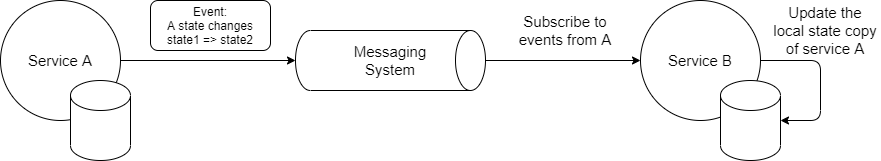
The draw.io diagram images/eventstatetransfer.png in duyhieuvo/master-thesis, before a commit. Source tidied: cells renumbered, new cells last; positions are measured from the earlier drawing's top-left corner, leaving out a move shared by most shapes. Source of this version:
```xml
<mxGraphModel>
  <root>
    <mxCell id="0" />
    <mxCell id="1" parent="0" />
    <mxCell id="2" value="&lt;font style=&quot;font-size: 15px&quot;&gt;Service A&lt;/font&gt;" style="ellipse;whiteSpace=wrap;html=1;" parent="1" vertex="1">
      <mxGeometry y="35" width="120" height="120" as="geometry" />
    </mxCell>
    <mxCell id="3" value="&lt;font style=&quot;font-size: 15px&quot;&gt;Service B&lt;/font&gt;" style="ellipse;whiteSpace=wrap;html=1;" parent="1" vertex="1">
      <mxGeometry x="640" y="35" width="120" height="120" as="geometry" />
    </mxCell>
    <mxCell id="4" style="shape=cylinder3;whiteSpace=wrap;html=1;boundedLbl=1;backgroundOutline=1;size=15;" parent="1" vertex="1">
      <mxGeometry x="70" y="115" width="60" height="80" as="geometry" />
    </mxCell>
    <mxCell id="5" style="shape=cylinder3;whiteSpace=wrap;html=1;boundedLbl=1;backgroundOutline=1;size=15;" parent="1" vertex="1">
      <mxGeometry x="720" y="115" width="60" height="80" as="geometry" />
    </mxCell>
    <mxCell id="6" style="shape=cylinder3;whiteSpace=wrap;html=1;boundedLbl=1;backgroundOutline=1;size=15;rotation=90;" parent="1" vertex="1">
      <mxGeometry x="360" width="60" height="190" as="geometry" />
    </mxCell>
    <mxCell id="7" value="&lt;font style=&quot;font-size: 15px&quot;&gt;Messaging System&lt;/font&gt;" style="text;html=1;strokeColor=none;fillColor=none;align=center;verticalAlign=middle;whiteSpace=wrap;rounded=0;" parent="1" vertex="1">
      <mxGeometry x="370" y="85" width="40" height="20" as="geometry" />
    </mxCell>
    <mxCell id="8" style="endArrow=classic;html=1;exitX=1;exitY=0.5;exitDx=0;exitDy=0;entryX=0.5;entryY=1;entryDx=0;entryDy=0;entryPerimeter=0;" parent="1" edge="1" source="2" target="6">
      <mxGeometry relative="1" as="geometry" />
    </mxCell>
    <mxCell id="9" value="Event:&lt;br&gt;A state changes&lt;br&gt;state1 =&amp;gt; state2" style="rounded=1;whiteSpace=wrap;html=1;" parent="1" vertex="1">
      <mxGeometry x="150" y="35" width="120" height="50" as="geometry" />
    </mxCell>
    <mxCell id="10" style="endArrow=classic;html=1;exitX=0.5;exitY=0;exitDx=0;exitDy=0;exitPerimeter=0;entryX=0;entryY=0.5;entryDx=0;entryDy=0;" parent="1" edge="1" source="6" target="3">
      <mxGeometry relative="1" as="geometry" />
    </mxCell>
    <mxCell id="11" value="&lt;font style=&quot;font-size: 15px&quot;&gt;Subscribe to events from A&lt;/font&gt;" style="text;html=1;strokeColor=none;fillColor=none;align=center;verticalAlign=middle;whiteSpace=wrap;rounded=0;" parent="1" vertex="1">
      <mxGeometry x="510" y="55" width="110" height="20" as="geometry" />
    </mxCell>
    <mxCell id="12" style="endArrow=classic;html=1;exitX=1;exitY=0.5;exitDx=0;exitDy=0;entryX=1;entryY=0.5;entryDx=0;entryDy=0;entryPerimeter=0;" parent="1" edge="1" source="3" target="5">
      <mxGeometry relative="1" as="geometry">
        <Array as="points">
          <mxPoint x="820" y="95" />
          <mxPoint x="820" y="155" />
        </Array>
      </mxGeometry>
    </mxCell>
    <mxCell id="13" value="&lt;font style=&quot;font-size: 15px&quot;&gt;Update the local state copy of service A&lt;/font&gt;" style="text;html=1;strokeColor=none;fillColor=none;align=center;verticalAlign=middle;whiteSpace=wrap;rounded=0;" parent="1" vertex="1">
      <mxGeometry x="770" y="55" width="110" height="20" as="geometry" />
    </mxCell>
  </root>
</mxGraphModel>
```
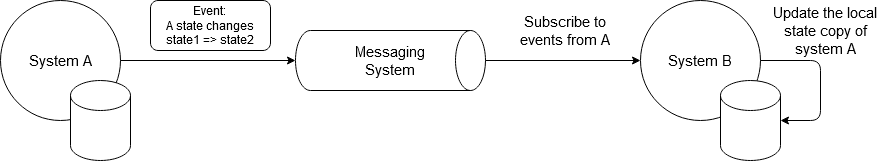
Above is the later version.

Change to the diagram source:
```diff
@@ -2,10 +2,10 @@
   <root>
     <mxCell id="0" />
     <mxCell id="1" parent="0" />
-    <mxCell id="2" value="&lt;font style=&quot;font-size: 15px&quot;&gt;Service A&lt;/font&gt;" style="ellipse;whiteSpace=wrap;html=1;" parent="1" vertex="1">
+    <mxCell id="2" value="&lt;font style=&quot;font-size: 15px&quot;&gt;System A&lt;/font&gt;" style="ellipse;whiteSpace=wrap;html=1;" parent="1" vertex="1">
       <mxGeometry y="35" width="120" height="120" as="geometry" />
     </mxCell>
-    <mxCell id="3" value="&lt;font style=&quot;font-size: 15px&quot;&gt;Service B&lt;/font&gt;" style="ellipse;whiteSpace=wrap;html=1;" parent="1" vertex="1">
+    <mxCell id="3" value="&lt;font style=&quot;font-size: 15px&quot;&gt;System B&lt;/font&gt;" style="ellipse;whiteSpace=wrap;html=1;" parent="1" vertex="1">
       <mxGeometry x="640" y="35" width="120" height="120" as="geometry" />
     </mxCell>
     <mxCell id="4" style="shape=cylinder3;whiteSpace=wrap;html=1;boundedLbl=1;backgroundOutline=1;size=15;" parent="1" vertex="1">
@@ -40,7 +40,7 @@
         </Array>
       </mxGeometry>
     </mxCell>
-    <mxCell id="13" value="&lt;font style=&quot;font-size: 15px&quot;&gt;Update the local state copy of service A&lt;/font&gt;" style="text;html=1;strokeColor=none;fillColor=none;align=center;verticalAlign=middle;whiteSpace=wrap;rounded=0;" parent="1" vertex="1">
+    <mxCell id="13" value="&lt;font style=&quot;font-size: 15px&quot;&gt;Update the local state copy of system A&lt;/font&gt;" style="text;html=1;strokeColor=none;fillColor=none;align=center;verticalAlign=middle;whiteSpace=wrap;rounded=0;" parent="1" vertex="1">
       <mxGeometry x="770" y="55" width="110" height="20" as="geometry" />
     </mxCell>
   </root>
```
